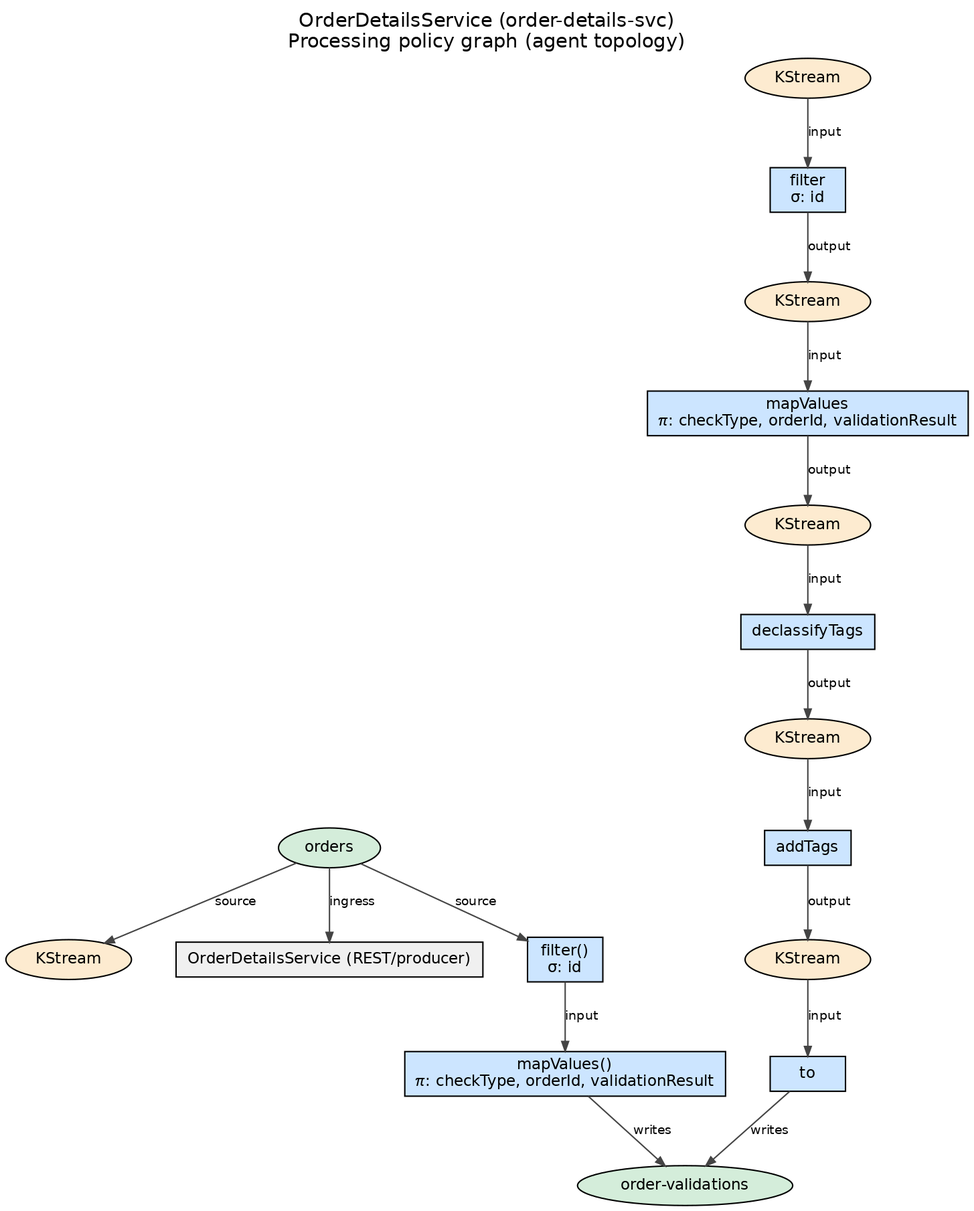
Coder2002-MSAdithya/kafka-streams-examples keeps this Graphviz diagram as docs/difc-ra-diagrams/order-details-svc-policy-graph.png. Above is the earlier version. Its source is kept beside it as docs/difc-ra-diagrams/order-details-svc-policy-graph.dot.
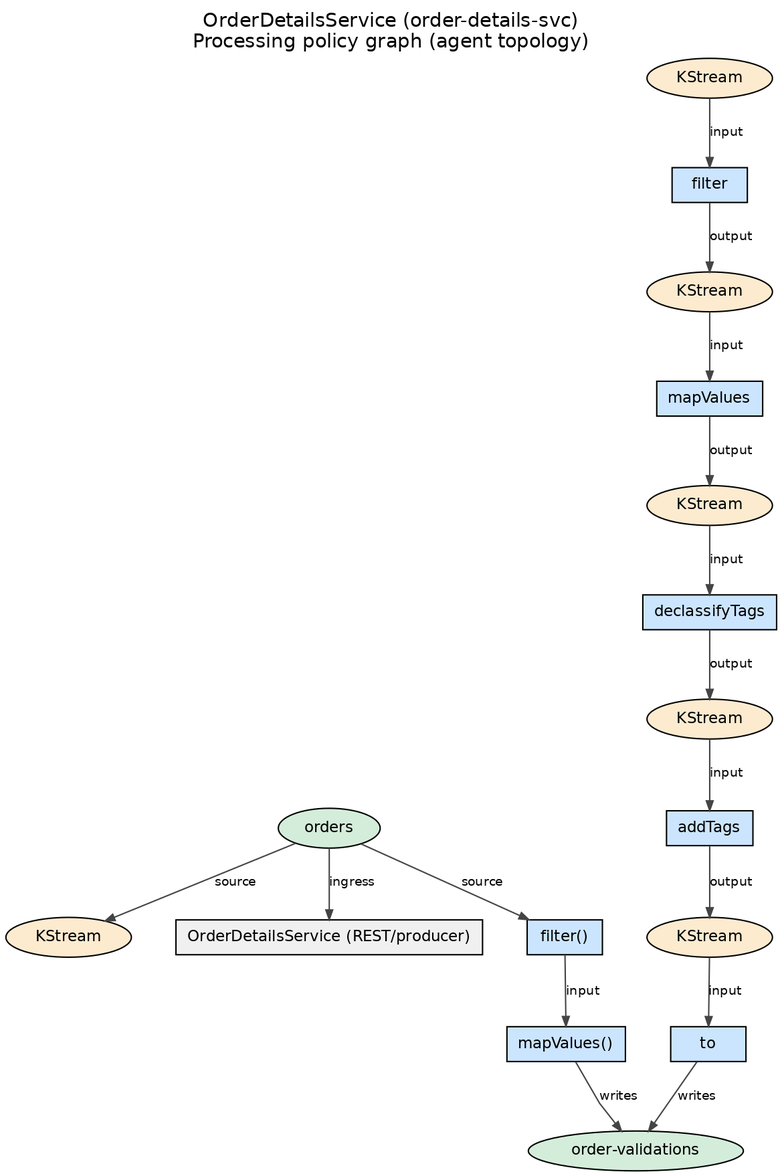
The same diagram one commit later.

What changed in the source:
```diff
@@ -9,9 +9,9 @@
   n_topic_orders [label="orders", shape=ellipse, fillcolor="#d4edda"];
   n_stream_2 [label="KStream", shape=ellipse, fillcolor="#fdebd0"];
   n_stream_3 [label="KStream", shape=ellipse, fillcolor="#fdebd0"];
-  n_op_4 [label="filter\nσ: id", shape=box, fillcolor="#cce5ff"];
+  n_op_4 [label="filter", shape=box, fillcolor="#cce5ff"];
   n_stream_5 [label="KStream", shape=ellipse, fillcolor="#fdebd0"];
-  n_op_6 [label="mapValues\nπ: checkType, orderId, validationResult", shape=box, fillcolor="#cce5ff"];
+  n_op_6 [label="mapValues", shape=box, fillcolor="#cce5ff"];
   n_stream_7 [label="KStream", shape=ellipse, fillcolor="#fdebd0"];
   n_op_8 [label="declassifyTags", shape=box, fillcolor="#cce5ff"];
   n_stream_9 [label="KStream", shape=ellipse, fillcolor="#fdebd0"];
@@ -19,8 +19,8 @@
   n_op_11 [label="to", shape=box, fillcolor="#cce5ff"];
   n_topic_order_validations [label="order-validations", shape=ellipse, fillcolor="#d4edda"];
   n_comp_OrderDetailsService [label="OrderDetailsService (REST/producer)", shape=box, fillcolor="#f0f0f0"];
-  n_comp_OrderDetailsService_op_0 [label="filter()\nσ: id", shape=box, fillcolor="#cce5ff"];
-  n_comp_OrderDetailsService_op_1 [label="mapValues()\nπ: checkType, orderId, validationResult", shape=box, fillcolor="#cce5ff"];
+  n_comp_OrderDetailsService_op_0 [label="filter()", shape=box, fillcolor="#cce5ff"];
+  n_comp_OrderDetailsService_op_1 [label="mapValues()", shape=box, fillcolor="#cce5ff"];
   n_topic_orders -> n_stream_1 [label="source"];
   n_stream_2 -> n_op_4 [label="input"];
   n_op_4 -> n_stream_3 [label="output"];
```
